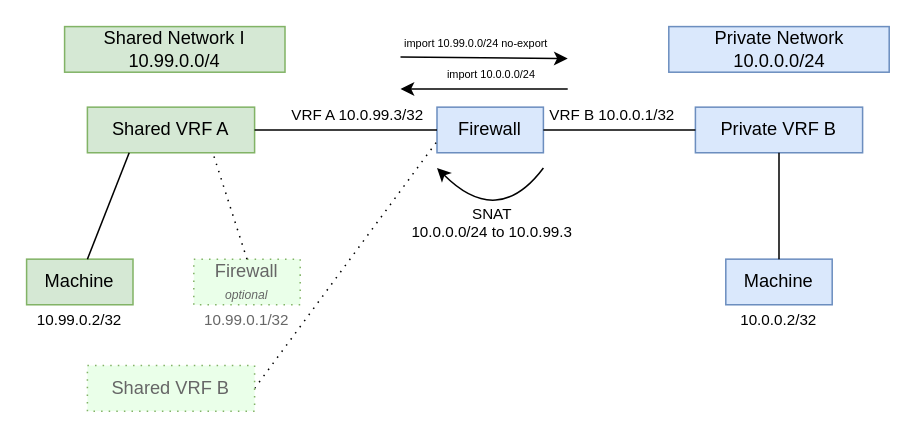
Above: docs/src/development/proposals/MEP5/shared.drawio in metal-stack/docs (draw.io), before the change. Source tidied: cells renumbered, new cells numbered last; positions are measured from the earlier drawing's top-left corner, leaving out a move shared by most shapes. Both pictures are drawn from the tidied source at 152%, with x=0, y=0 at pixel (26, 26).
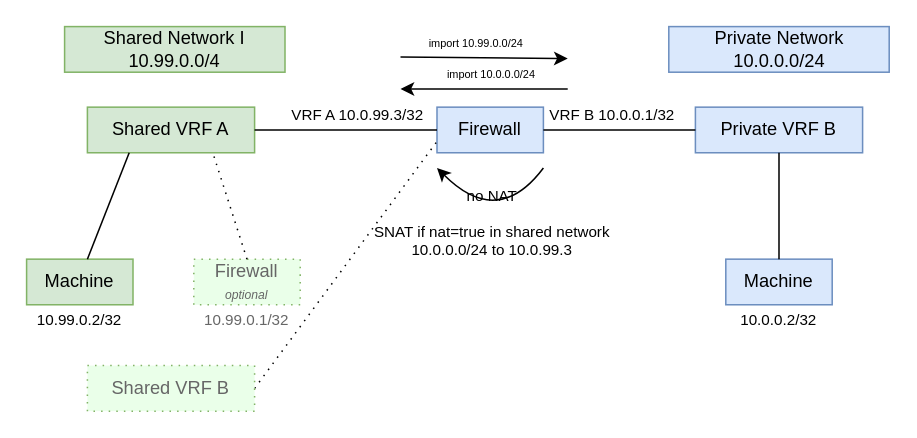
The same page after the edit.

What changed in the source:
```diff
@@
-    <mxCell id="21" value="SNAT&lt;br&gt;10.0.0.0/24 to 10.0.99.3" style="text;html=1;align=center;verticalAlign=middle;fontSize=10;" parent="1" vertex="1">
-      <mxGeometry x="246" y="114" width="120" height="30" as="geometry" />
+    <mxCell id="21" value="no NAT&lt;br&gt;&lt;br&gt;SNAT if nat=true in shared network&lt;br&gt;10.0.0.0/24 to 10.0.99.3" style="text;html=1;align=center;verticalAlign=middle;fontSize=10;" parent="1" vertex="1">
+      <mxGeometry x="221" y="104" width="170" height="50" as="geometry" />
     </mxCell>
@@
-    <mxCell id="23" value="&lt;span style=&quot;color: rgb(0 , 0 , 0) ; font-family: &amp;#34;helvetica&amp;#34; ; font-size: 7.2px ; font-style: normal ; font-weight: 400 ; letter-spacing: normal ; text-align: center ; text-indent: 0px ; text-transform: none ; word-spacing: 0px ; background-color: rgb(255 , 255 , 255) ; display: inline ; float: none&quot;&gt;import 10.99.0.0/24 no-export&lt;/span&gt;" style="text;html=1;strokeColor=none;fillColor=none;align=center;verticalAlign=middle;whiteSpace=wrap;rounded=0;" parent="1" vertex="1">
+    <mxCell id="23" value="&lt;span style=&quot;color: rgb(0 , 0 , 0) ; font-family: &amp;#34;helvetica&amp;#34; ; font-size: 7.2px ; font-style: normal ; font-weight: 400 ; letter-spacing: normal ; text-align: center ; text-indent: 0px ; text-transform: none ; word-spacing: 0px ; background-color: rgb(255 , 255 , 255) ; display: inline ; float: none&quot;&gt;import 10.99.0.0/24&lt;/span&gt;" style="text;html=1;strokeColor=none;fillColor=none;align=center;verticalAlign=middle;whiteSpace=wrap;rounded=0;" parent="1" vertex="1">
       <mxGeometry x="246" width="100" height="20" as="geometry" />
     </mxCell>
```
